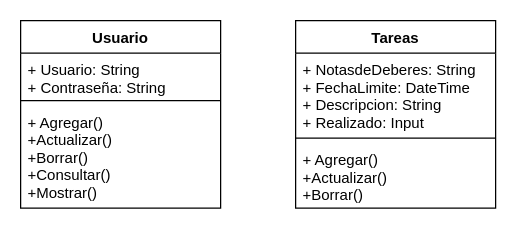
The draw.io diagram Diagrama sin título.drawio in KAI1718/clase, before the edit. Source tidied: cells renumbered, new cells numbered last; positions are measured from the earlier drawing's top-left corner, leaving out a move shared by most shapes. Both pictures are drawn from the tidied source at 125%, with x=0, y=0 at pixel (20, 20).
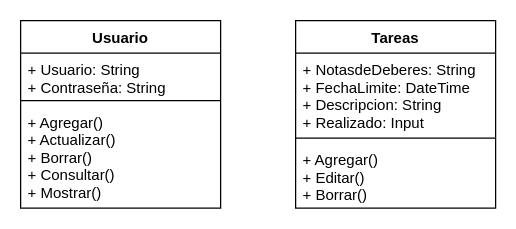
After the change.

Diff of the diagram source:
```diff
@@
 <mxGraphModel>
   <root>
     <mxCell id="0" />
     <mxCell id="1" parent="0" />
     <mxCell id="2" value="Usuario" style="swimlane;fontStyle=1;align=center;verticalAlign=top;horizontal=1;startSize=26;" parent="1" vertex="1">
       <mxGeometry width="160" height="150" as="geometry" />
     </mxCell>
     <mxCell id="3" value="+ Usuario: String&#10;+ Contraseña: String" style="text;strokeColor=none;fillColor=none;align=left;verticalAlign=top;spacingLeft=4;spacingRight=4;overflow=hidden;" parent="2" vertex="1">
       <mxGeometry y="26" width="160" height="34" as="geometry" />
     </mxCell>
     <mxCell id="4" style="line;strokeWidth=1;fillColor=none;align=left;verticalAlign=middle;spacingTop=-1;spacingLeft=3;spacingRight=3;labelPosition=right;strokeColor=inherit;" parent="2" vertex="1">
       <mxGeometry y="60" width="160" height="8" as="geometry" />
     </mxCell>
-    <mxCell id="5" value="+ Agregar()&#10;+Actualizar()&#10;+Borrar()&#10;+Consultar()&#10;+Mostrar()" style="text;strokeColor=none;fillColor=none;align=left;verticalAlign=top;spacingLeft=4;spacingRight=4;overflow=hidden;" parent="2" vertex="1">
+    <mxCell id="5" value="+ Agregar()&#10;+ Actualizar()&#10;+ Borrar()&#10;+ Consultar()&#10;+ Mostrar()" style="text;strokeColor=none;fillColor=none;align=left;verticalAlign=top;spacingLeft=4;spacingRight=4;overflow=hidden;" parent="2" vertex="1">
       <mxGeometry y="68" width="160" height="82" as="geometry" />
     </mxCell>
     <mxCell id="6" value="Tareas" style="swimlane;fontStyle=1;align=center;verticalAlign=top;horizontal=1;startSize=26;" parent="1" vertex="1">
       <mxGeometry x="220" width="160" height="150" as="geometry" />
     </mxCell>
     <mxCell id="7" value="+ NotasdeDeberes: String&#10;+ FechaLimite: DateTime&#10;+ Descripcion: String&#10;+ Realizado: Input" style="text;strokeColor=none;fillColor=none;align=left;verticalAlign=top;spacingLeft=4;spacingRight=4;overflow=hidden;" parent="6" vertex="1">
       <mxGeometry y="26" width="160" height="64" as="geometry" />
     </mxCell>
     <mxCell id="8" style="line;strokeWidth=1;fillColor=none;align=left;verticalAlign=middle;spacingTop=-1;spacingLeft=3;spacingRight=3;labelPosition=right;strokeColor=inherit;" parent="6" vertex="1">
       <mxGeometry y="90" width="160" height="8" as="geometry" />
     </mxCell>
-    <mxCell id="9" value="+ Agregar()&#10;+Actualizar()&#10;+Borrar()" style="text;strokeColor=none;fillColor=none;align=left;verticalAlign=top;spacingLeft=4;spacingRight=4;overflow=hidden;" parent="6" vertex="1">
+    <mxCell id="9" value="+ Agregar()&#10;+ Editar()&#10;+ Borrar()" style="text;strokeColor=none;fillColor=none;align=left;verticalAlign=top;spacingLeft=4;spacingRight=4;overflow=hidden;" parent="6" vertex="1">
       <mxGeometry y="98" width="160" height="52" as="geometry" />
     </mxCell>
   </root>
 </mxGraphModel>
```
